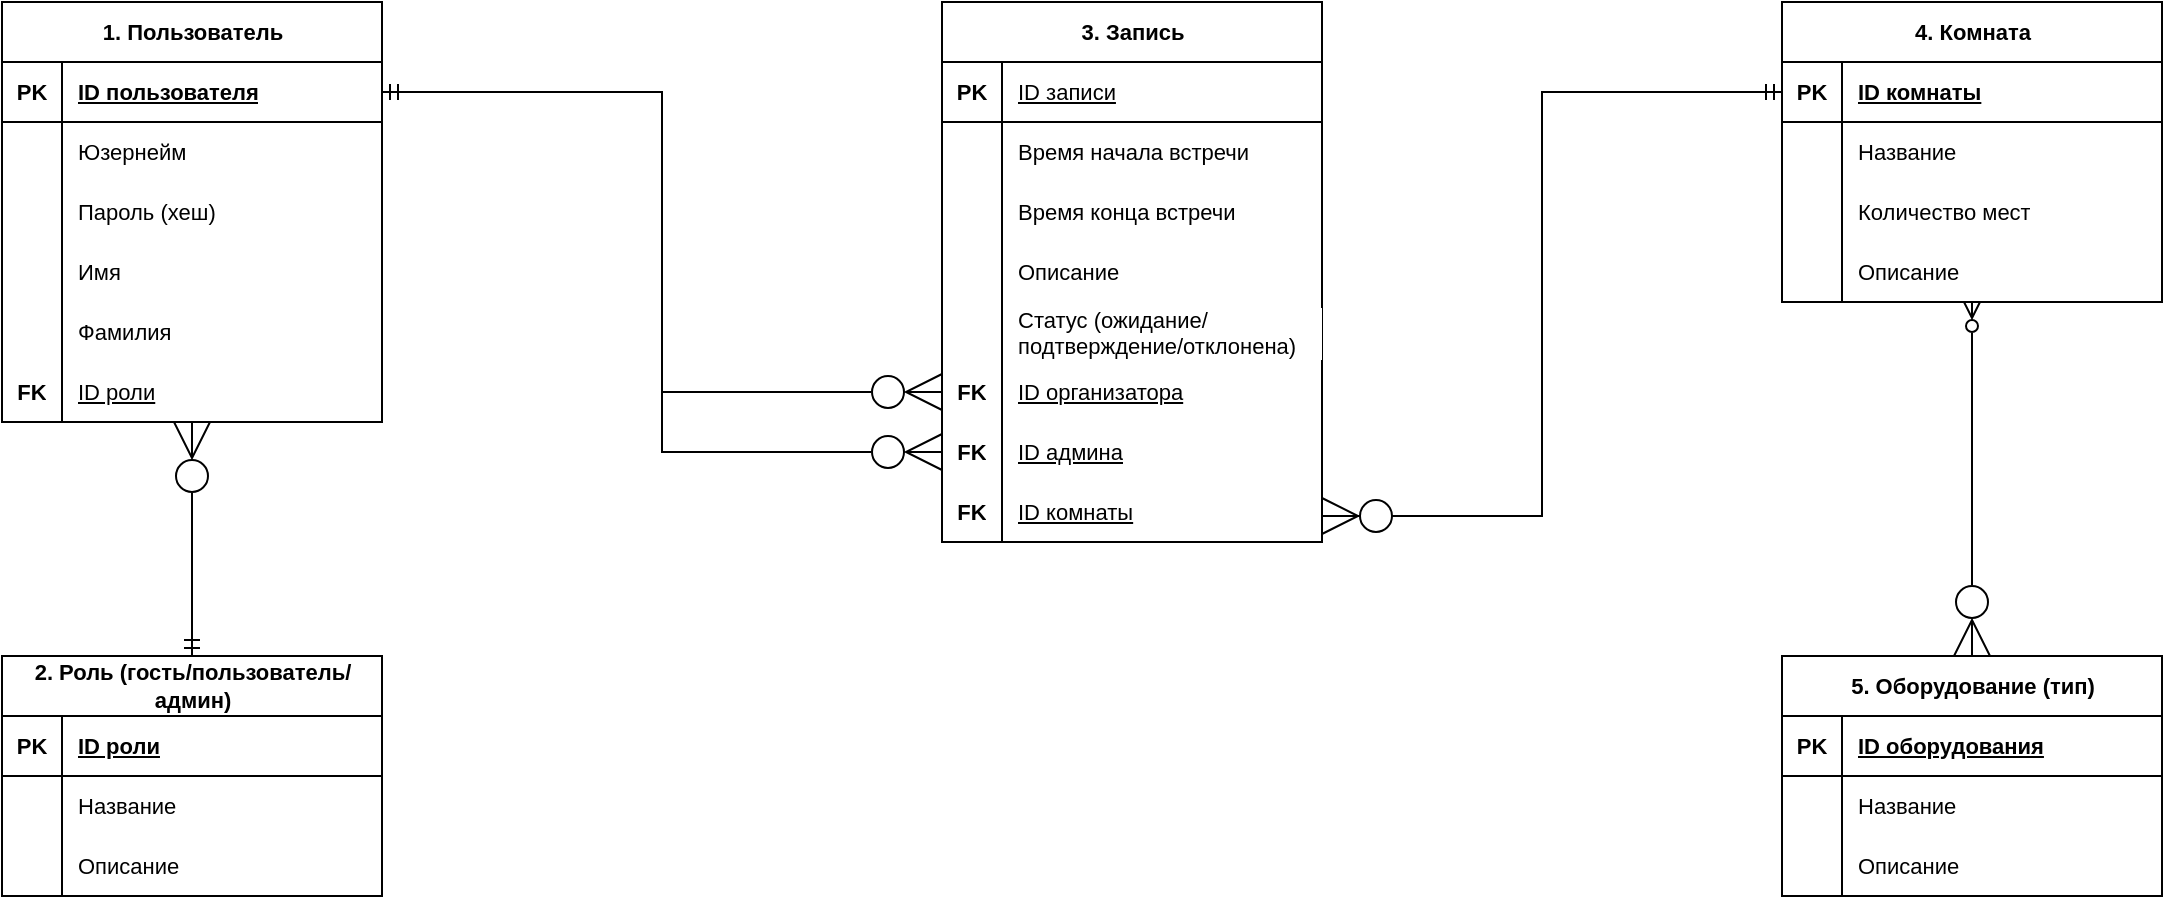
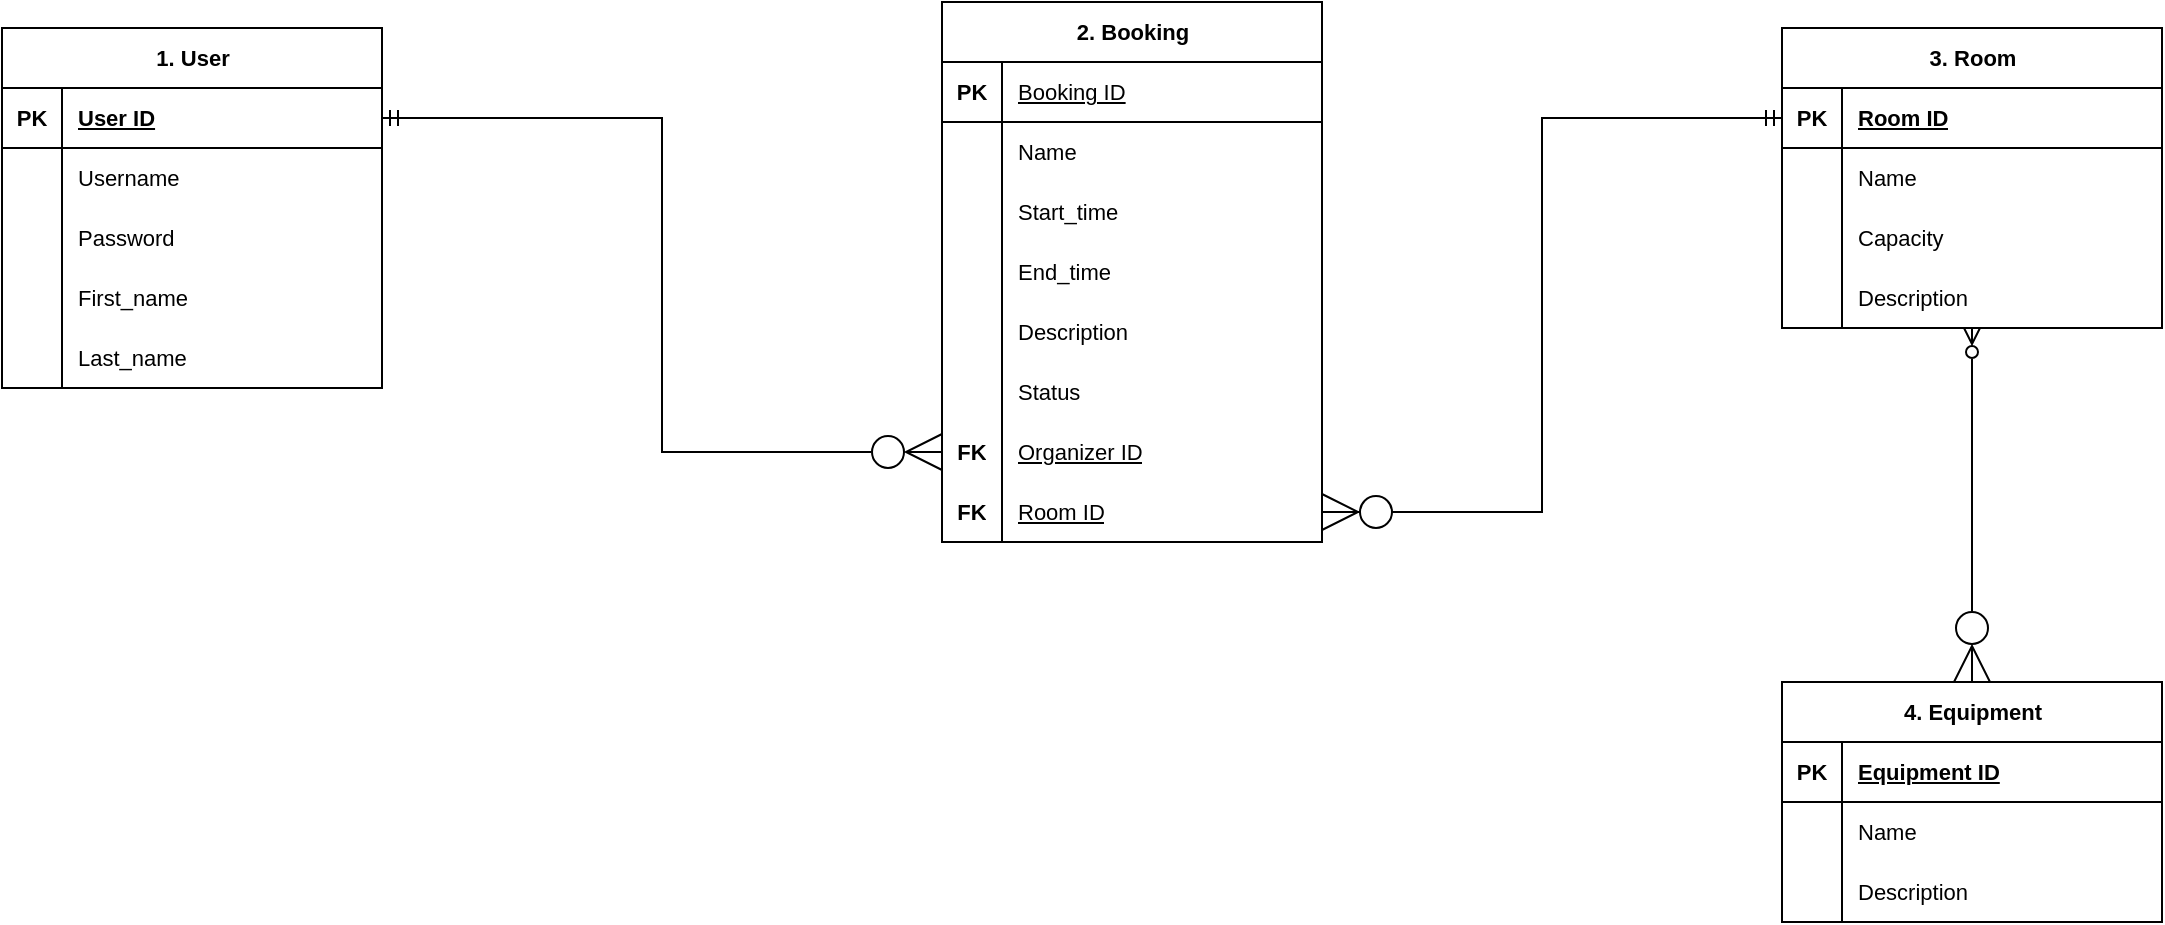
<mxfile host="Electron" agent="Mozilla/5.0 (Windows NT 10.0; WOW64) AppleWebKit/537.36 (KHTML, like Gecko) draw.io/29.3.6 Chrome/140.0.7339.249 Electron/38.8.0 Safari/537.36" version="29.3.6">
  <diagram id="JXOZ9Qvr3-NGmA6Rczk0" name="Страница-1">
-     <mxGraphModel dx="931" dy="1138" grid="1" gridSize="10" guides="1" tooltips="1" connect="1" arrows="1" fold="1" page="1" pageScale="1" pageWidth="827" pageHeight="1169" math="0" shadow="0">
+     <mxGraphModel dx="2562" dy="1268" grid="1" gridSize="10" guides="1" tooltips="1" connect="1" arrows="1" fold="1" page="1" pageScale="1" pageWidth="827" pageHeight="1169" math="0" shadow="0">
      <root>
        <mxCell id="0" />
        <mxCell id="1" parent="0" />
-         <mxCell id="tSVGk0uTwMlnZJo2oXfs-8" parent="1" style="shape=table;startSize=30;container=1;collapsible=1;childLayout=tableLayout;fixedRows=1;rowLines=0;fontStyle=1;align=center;resizeLast=1;html=1;fontFamily=Helvetica;fontSize=11;fontColor=default;labelBackgroundColor=default;" value="1. Пользователь" vertex="1">
-           <mxGeometry height="210" width="190" x="200" y="383" as="geometry" />
+         <mxCell id="tSVGk0uTwMlnZJo2oXfs-8" parent="1" style="shape=table;startSize=30;container=1;collapsible=1;childLayout=tableLayout;fixedRows=1;rowLines=0;fontStyle=1;align=center;resizeLast=1;html=1;fontFamily=Helvetica;fontSize=11;fontColor=default;labelBackgroundColor=default;" value="1. User" vertex="1">
+           <mxGeometry height="180" width="190" x="200" y="383" as="geometry" />
        </mxCell>
        <mxCell id="tSVGk0uTwMlnZJo2oXfs-9" parent="tSVGk0uTwMlnZJo2oXfs-8" style="shape=tableRow;horizontal=0;startSize=0;swimlaneHead=0;swimlaneBody=0;fillColor=none;collapsible=0;dropTarget=0;points=[[0,0.5],[1,0.5]];portConstraint=eastwest;top=0;left=0;right=0;bottom=1;fontFamily=Helvetica;fontSize=11;fontColor=default;labelBackgroundColor=default;" value="" vertex="1">
          <mxGeometry height="30" width="190" y="30" as="geometry" />
        </mxCell>
        <mxCell id="tSVGk0uTwMlnZJo2oXfs-10" parent="tSVGk0uTwMlnZJo2oXfs-9" style="shape=partialRectangle;connectable=0;fillColor=none;top=0;left=0;bottom=0;right=0;fontStyle=1;overflow=hidden;whiteSpace=wrap;html=1;fontFamily=Helvetica;fontSize=11;fontColor=default;labelBackgroundColor=default;" value="PK" vertex="1">
          <mxGeometry height="30" width="30" as="geometry">
            <mxRectangle height="30" width="30" as="alternateBounds" />
          </mxGeometry>
        </mxCell>
-         <mxCell id="tSVGk0uTwMlnZJo2oXfs-11" parent="tSVGk0uTwMlnZJo2oXfs-9" style="shape=partialRectangle;connectable=0;fillColor=none;top=0;left=0;bottom=0;right=0;align=left;spacingLeft=6;fontStyle=5;overflow=hidden;whiteSpace=wrap;html=1;fontFamily=Helvetica;fontSize=11;fontColor=default;labelBackgroundColor=default;" value="ID пользователя" vertex="1">
+         <mxCell id="tSVGk0uTwMlnZJo2oXfs-11" parent="tSVGk0uTwMlnZJo2oXfs-9" style="shape=partialRectangle;connectable=0;fillColor=none;top=0;left=0;bottom=0;right=0;align=left;spacingLeft=6;fontStyle=5;overflow=hidden;whiteSpace=wrap;html=1;fontFamily=Helvetica;fontSize=11;fontColor=default;labelBackgroundColor=default;" value="User ID" vertex="1">
          <mxGeometry height="30" width="160" x="30" as="geometry">
            <mxRectangle height="30" width="160" as="alternateBounds" />
          </mxGeometry>
        </mxCell>
        <mxCell id="tSVGk0uTwMlnZJo2oXfs-12" parent="tSVGk0uTwMlnZJo2oXfs-8" style="shape=tableRow;horizontal=0;startSize=0;swimlaneHead=0;swimlaneBody=0;fillColor=none;collapsible=0;dropTarget=0;points=[[0,0.5],[1,0.5]];portConstraint=eastwest;top=0;left=0;right=0;bottom=0;fontFamily=Helvetica;fontSize=11;fontColor=default;labelBackgroundColor=default;" value="" vertex="1">
          <mxGeometry height="30" width="190" y="60" as="geometry" />
        </mxCell>
        <mxCell id="tSVGk0uTwMlnZJo2oXfs-13" parent="tSVGk0uTwMlnZJo2oXfs-12" style="shape=partialRectangle;connectable=0;fillColor=none;top=0;left=0;bottom=0;right=0;editable=1;overflow=hidden;whiteSpace=wrap;html=1;fontFamily=Helvetica;fontSize=11;fontColor=default;labelBackgroundColor=default;" value="" vertex="1">
          <mxGeometry height="30" width="30" as="geometry">
            <mxRectangle height="30" width="30" as="alternateBounds" />
          </mxGeometry>
        </mxCell>
-         <mxCell id="tSVGk0uTwMlnZJo2oXfs-14" parent="tSVGk0uTwMlnZJo2oXfs-12" style="shape=partialRectangle;connectable=0;fillColor=none;top=0;left=0;bottom=0;right=0;align=left;spacingLeft=6;overflow=hidden;whiteSpace=wrap;html=1;fontFamily=Helvetica;fontSize=11;fontColor=default;labelBackgroundColor=default;" value="Юзернейм" vertex="1">
+         <mxCell id="tSVGk0uTwMlnZJo2oXfs-14" parent="tSVGk0uTwMlnZJo2oXfs-12" style="shape=partialRectangle;connectable=0;fillColor=none;top=0;left=0;bottom=0;right=0;align=left;spacingLeft=6;overflow=hidden;whiteSpace=wrap;html=1;fontFamily=Helvetica;fontSize=11;fontColor=default;labelBackgroundColor=default;" value="Username" vertex="1">
          <mxGeometry height="30" width="160" x="30" as="geometry">
            <mxRectangle height="30" width="160" as="alternateBounds" />
          </mxGeometry>
        </mxCell>
        <mxCell id="-yM4g64mI3OTrlsV4DbR-102" parent="tSVGk0uTwMlnZJo2oXfs-8" style="shape=tableRow;horizontal=0;startSize=0;swimlaneHead=0;swimlaneBody=0;fillColor=none;collapsible=0;dropTarget=0;points=[[0,0.5],[1,0.5]];portConstraint=eastwest;top=0;left=0;right=0;bottom=0;fontFamily=Helvetica;fontSize=11;fontColor=default;labelBackgroundColor=default;" value="" vertex="1">
          <mxGeometry height="30" width="190" y="90" as="geometry" />
        </mxCell>
        <mxCell id="-yM4g64mI3OTrlsV4DbR-103" parent="-yM4g64mI3OTrlsV4DbR-102" style="shape=partialRectangle;connectable=0;fillColor=none;top=0;left=0;bottom=0;right=0;editable=1;overflow=hidden;whiteSpace=wrap;html=1;fontFamily=Helvetica;fontSize=11;fontColor=default;labelBackgroundColor=default;" value="" vertex="1">
          <mxGeometry height="30" width="30" as="geometry">
            <mxRectangle height="30" width="30" as="alternateBounds" />
          </mxGeometry>
        </mxCell>
-         <mxCell id="-yM4g64mI3OTrlsV4DbR-104" parent="-yM4g64mI3OTrlsV4DbR-102" style="shape=partialRectangle;connectable=0;fillColor=none;top=0;left=0;bottom=0;right=0;align=left;spacingLeft=6;overflow=hidden;whiteSpace=wrap;html=1;fontFamily=Helvetica;fontSize=11;fontColor=default;labelBackgroundColor=default;" value="Пароль (хеш)" vertex="1">
+         <mxCell id="-yM4g64mI3OTrlsV4DbR-104" parent="-yM4g64mI3OTrlsV4DbR-102" style="shape=partialRectangle;connectable=0;fillColor=none;top=0;left=0;bottom=0;right=0;align=left;spacingLeft=6;overflow=hidden;whiteSpace=wrap;html=1;fontFamily=Helvetica;fontSize=11;fontColor=default;labelBackgroundColor=default;" value="Password" vertex="1">
          <mxGeometry height="30" width="160" x="30" as="geometry">
            <mxRectangle height="30" width="160" as="alternateBounds" />
          </mxGeometry>
        </mxCell>
        <mxCell id="tSVGk0uTwMlnZJo2oXfs-15" parent="tSVGk0uTwMlnZJo2oXfs-8" style="shape=tableRow;horizontal=0;startSize=0;swimlaneHead=0;swimlaneBody=0;fillColor=none;collapsible=0;dropTarget=0;points=[[0,0.5],[1,0.5]];portConstraint=eastwest;top=0;left=0;right=0;bottom=0;fontFamily=Helvetica;fontSize=11;fontColor=default;labelBackgroundColor=default;" value="" vertex="1">
          <mxGeometry height="30" width="190" y="120" as="geometry" />
        </mxCell>
        <mxCell id="tSVGk0uTwMlnZJo2oXfs-16" parent="tSVGk0uTwMlnZJo2oXfs-15" style="shape=partialRectangle;connectable=0;fillColor=none;top=0;left=0;bottom=0;right=0;editable=1;overflow=hidden;whiteSpace=wrap;html=1;fontFamily=Helvetica;fontSize=11;fontColor=default;labelBackgroundColor=default;" value="" vertex="1">
          <mxGeometry height="30" width="30" as="geometry">
            <mxRectangle height="30" width="30" as="alternateBounds" />
          </mxGeometry>
        </mxCell>
-         <mxCell id="tSVGk0uTwMlnZJo2oXfs-17" parent="tSVGk0uTwMlnZJo2oXfs-15" style="shape=partialRectangle;connectable=0;fillColor=none;top=0;left=0;bottom=0;right=0;align=left;spacingLeft=6;overflow=hidden;whiteSpace=wrap;html=1;fontFamily=Helvetica;fontSize=11;fontColor=default;labelBackgroundColor=default;" value="Имя" vertex="1">
+         <mxCell id="tSVGk0uTwMlnZJo2oXfs-17" parent="tSVGk0uTwMlnZJo2oXfs-15" style="shape=partialRectangle;connectable=0;fillColor=none;top=0;left=0;bottom=0;right=0;align=left;spacingLeft=6;overflow=hidden;whiteSpace=wrap;html=1;fontFamily=Helvetica;fontSize=11;fontColor=default;labelBackgroundColor=default;" value="First_name" vertex="1">
          <mxGeometry height="30" width="160" x="30" as="geometry">
            <mxRectangle height="30" width="160" as="alternateBounds" />
          </mxGeometry>
        </mxCell>
        <mxCell id="tSVGk0uTwMlnZJo2oXfs-18" parent="tSVGk0uTwMlnZJo2oXfs-8" style="shape=tableRow;horizontal=0;startSize=0;swimlaneHead=0;swimlaneBody=0;fillColor=none;collapsible=0;dropTarget=0;points=[[0,0.5],[1,0.5]];portConstraint=eastwest;top=0;left=0;right=0;bottom=0;fontFamily=Helvetica;fontSize=11;fontColor=default;labelBackgroundColor=default;" value="" vertex="1">
          <mxGeometry height="30" width="190" y="150" as="geometry" />
        </mxCell>
        <mxCell id="tSVGk0uTwMlnZJo2oXfs-19" parent="tSVGk0uTwMlnZJo2oXfs-18" style="shape=partialRectangle;connectable=0;fillColor=none;top=0;left=0;bottom=0;right=0;editable=1;overflow=hidden;whiteSpace=wrap;html=1;fontFamily=Helvetica;fontSize=11;fontColor=default;labelBackgroundColor=default;" value="" vertex="1">
          <mxGeometry height="30" width="30" as="geometry">
            <mxRectangle height="30" width="30" as="alternateBounds" />
          </mxGeometry>
        </mxCell>
-         <mxCell id="tSVGk0uTwMlnZJo2oXfs-20" parent="tSVGk0uTwMlnZJo2oXfs-18" style="shape=partialRectangle;connectable=0;fillColor=none;top=0;left=0;bottom=0;right=0;align=left;spacingLeft=6;overflow=hidden;whiteSpace=wrap;html=1;fontFamily=Helvetica;fontSize=11;fontColor=default;labelBackgroundColor=default;" value="Фамилия" vertex="1">
-           <mxGeometry height="30" width="160" x="30" as="geometry">
-             <mxRectangle height="30" width="160" as="alternateBounds" />
-           </mxGeometry>
-         </mxCell>
-         <mxCell id="-yM4g64mI3OTrlsV4DbR-216" parent="tSVGk0uTwMlnZJo2oXfs-8" style="shape=tableRow;horizontal=0;startSize=0;swimlaneHead=0;swimlaneBody=0;fillColor=none;collapsible=0;dropTarget=0;points=[[0,0.5],[1,0.5]];portConstraint=eastwest;top=0;left=0;right=0;bottom=0;fontFamily=Helvetica;fontSize=11;fontColor=default;labelBackgroundColor=default;" value="" vertex="1">
-           <mxGeometry height="30" width="190" y="180" as="geometry" />
-         </mxCell>
-         <mxCell id="-yM4g64mI3OTrlsV4DbR-217" parent="-yM4g64mI3OTrlsV4DbR-216" style="shape=partialRectangle;connectable=0;fillColor=none;top=0;left=0;bottom=0;right=0;editable=1;overflow=hidden;whiteSpace=wrap;html=1;fontFamily=Helvetica;fontSize=11;fontColor=default;labelBackgroundColor=default;" value="&lt;b&gt;FK&lt;/b&gt;" vertex="1">
-           <mxGeometry height="30" width="30" as="geometry">
-             <mxRectangle height="30" width="30" as="alternateBounds" />
-           </mxGeometry>
-         </mxCell>
-         <mxCell id="-yM4g64mI3OTrlsV4DbR-218" parent="-yM4g64mI3OTrlsV4DbR-216" style="shape=partialRectangle;connectable=0;fillColor=none;top=0;left=0;bottom=0;right=0;align=left;spacingLeft=6;overflow=hidden;whiteSpace=wrap;html=1;fontFamily=Helvetica;fontSize=11;fontColor=default;labelBackgroundColor=default;" value="&lt;u&gt;ID роли&lt;/u&gt;" vertex="1">
-           <mxGeometry height="30" width="160" x="30" as="geometry">
-             <mxRectangle height="30" width="160" as="alternateBounds" />
-           </mxGeometry>
-         </mxCell>
-         <mxCell id="-yM4g64mI3OTrlsV4DbR-21" parent="1" style="shape=table;startSize=30;container=1;collapsible=1;childLayout=tableLayout;fixedRows=1;rowLines=0;fontStyle=1;align=center;resizeLast=1;html=1;fontFamily=Helvetica;fontSize=11;fontColor=default;labelBackgroundColor=default;horizontal=1;top=1;bottom=1;left=1;columnLines=1;right=1;" value="3. Запись" vertex="1">
-           <mxGeometry height="270" width="190" x="670" y="383" as="geometry" />
+         <mxCell id="tSVGk0uTwMlnZJo2oXfs-20" parent="tSVGk0uTwMlnZJo2oXfs-18" style="shape=partialRectangle;connectable=0;fillColor=none;top=0;left=0;bottom=0;right=0;align=left;spacingLeft=6;overflow=hidden;whiteSpace=wrap;html=1;fontFamily=Helvetica;fontSize=11;fontColor=default;labelBackgroundColor=default;" value="Last_name" vertex="1">
+           <mxGeometry height="30" width="160" x="30" as="geometry">
+             <mxRectangle height="30" width="160" as="alternateBounds" />
+           </mxGeometry>
+         </mxCell>
+         <mxCell id="-yM4g64mI3OTrlsV4DbR-21" parent="1" style="shape=table;startSize=30;container=1;collapsible=1;childLayout=tableLayout;fixedRows=1;rowLines=0;fontStyle=1;align=center;resizeLast=1;html=1;fontFamily=Helvetica;fontSize=11;fontColor=default;labelBackgroundColor=default;horizontal=1;top=1;bottom=1;left=1;columnLines=1;right=1;" value="2. Booking" vertex="1">
+           <mxGeometry height="270" width="190" x="670" y="370" as="geometry" />
        </mxCell>
        <mxCell id="-yM4g64mI3OTrlsV4DbR-22" parent="-yM4g64mI3OTrlsV4DbR-21" style="shape=tableRow;horizontal=0;startSize=0;swimlaneHead=0;swimlaneBody=0;fillColor=none;collapsible=0;dropTarget=0;points=[[0,0.5],[1,0.5]];portConstraint=eastwest;top=0;left=0;right=0;bottom=1;fontFamily=Helvetica;fontSize=11;fontColor=default;labelBackgroundColor=default;strokeColor=inherit;" value="" vertex="1">
          <mxGeometry height="30" width="190" y="30" as="geometry" />
        </mxCell>
        <mxCell id="-yM4g64mI3OTrlsV4DbR-23" parent="-yM4g64mI3OTrlsV4DbR-22" style="shape=partialRectangle;connectable=0;fillColor=none;top=0;left=0;bottom=0;right=0;fontStyle=1;overflow=hidden;whiteSpace=wrap;html=1;fontFamily=Helvetica;fontSize=11;fontColor=default;labelBackgroundColor=default;" value="PK" vertex="1">
          <mxGeometry height="30" width="30" as="geometry">
            <mxRectangle height="30" width="30" as="alternateBounds" />
          </mxGeometry>
        </mxCell>
-         <mxCell id="-yM4g64mI3OTrlsV4DbR-24" parent="-yM4g64mI3OTrlsV4DbR-22" style="shape=partialRectangle;connectable=0;fillColor=none;top=0;left=0;bottom=0;right=0;align=left;spacingLeft=6;fontStyle=5;overflow=hidden;whiteSpace=wrap;html=1;fontFamily=Helvetica;fontSize=11;fontColor=default;labelBackgroundColor=default;" value="&lt;span style=&quot;font-weight: normal;&quot;&gt;ID записи&lt;/span&gt;" vertex="1">
+         <mxCell id="-yM4g64mI3OTrlsV4DbR-24" parent="-yM4g64mI3OTrlsV4DbR-22" style="shape=partialRectangle;connectable=0;fillColor=none;top=0;left=0;bottom=0;right=0;align=left;spacingLeft=6;fontStyle=5;overflow=hidden;whiteSpace=wrap;html=1;fontFamily=Helvetica;fontSize=11;fontColor=default;labelBackgroundColor=default;" value="&lt;span style=&quot;font-weight: 400;&quot;&gt;Booking ID&lt;/span&gt;" vertex="1">
          <mxGeometry height="30" width="160" x="30" as="geometry">
            <mxRectangle height="30" width="160" as="alternateBounds" />
          </mxGeometry>
        </mxCell>
        <mxCell id="-yM4g64mI3OTrlsV4DbR-25" parent="-yM4g64mI3OTrlsV4DbR-21" style="shape=tableRow;horizontal=0;startSize=0;swimlaneHead=0;swimlaneBody=0;fillColor=none;collapsible=0;dropTarget=0;points=[[0,0.5],[1,0.5]];portConstraint=eastwest;top=0;left=0;right=0;bottom=0;fontFamily=Helvetica;fontSize=11;fontColor=default;labelBackgroundColor=default;" value="" vertex="1">
          <mxGeometry height="30" width="190" y="60" as="geometry" />
        </mxCell>
        <mxCell id="-yM4g64mI3OTrlsV4DbR-26" parent="-yM4g64mI3OTrlsV4DbR-25" style="shape=partialRectangle;connectable=0;fillColor=none;top=0;left=0;bottom=0;right=0;editable=1;overflow=hidden;whiteSpace=wrap;html=1;fontFamily=Helvetica;fontSize=11;fontColor=default;labelBackgroundColor=default;" value="" vertex="1">
          <mxGeometry height="30" width="30" as="geometry">
            <mxRectangle height="30" width="30" as="alternateBounds" />
          </mxGeometry>
        </mxCell>
-         <mxCell id="-yM4g64mI3OTrlsV4DbR-27" parent="-yM4g64mI3OTrlsV4DbR-25" style="shape=partialRectangle;connectable=0;fillColor=none;top=0;left=0;bottom=0;right=0;align=left;spacingLeft=6;overflow=hidden;whiteSpace=wrap;html=1;fontFamily=Helvetica;fontSize=11;fontColor=default;labelBackgroundColor=default;" value="Время начала встречи" vertex="1">
+         <mxCell id="-yM4g64mI3OTrlsV4DbR-27" parent="-yM4g64mI3OTrlsV4DbR-25" style="shape=partialRectangle;connectable=0;fillColor=none;top=0;left=0;bottom=0;right=0;align=left;spacingLeft=6;overflow=hidden;whiteSpace=wrap;html=1;fontFamily=Helvetica;fontSize=11;fontColor=default;labelBackgroundColor=default;" value="Name" vertex="1">
          <mxGeometry height="30" width="160" x="30" as="geometry">
            <mxRectangle height="30" width="160" as="alternateBounds" />
          </mxGeometry>
        </mxCell>
        <mxCell id="-yM4g64mI3OTrlsV4DbR-28" parent="-yM4g64mI3OTrlsV4DbR-21" style="shape=tableRow;horizontal=0;startSize=0;swimlaneHead=0;swimlaneBody=0;fillColor=none;collapsible=0;dropTarget=0;points=[[0,0.5],[1,0.5]];portConstraint=eastwest;top=0;left=0;right=0;bottom=0;fontFamily=Helvetica;fontSize=11;fontColor=default;labelBackgroundColor=default;" value="" vertex="1">
          <mxGeometry height="30" width="190" y="90" as="geometry" />
        </mxCell>
        <mxCell id="-yM4g64mI3OTrlsV4DbR-29" parent="-yM4g64mI3OTrlsV4DbR-28" style="shape=partialRectangle;connectable=0;fillColor=none;top=0;left=0;bottom=0;right=0;editable=1;overflow=hidden;whiteSpace=wrap;html=1;fontFamily=Helvetica;fontSize=11;fontColor=default;labelBackgroundColor=default;" value="" vertex="1">
          <mxGeometry height="30" width="30" as="geometry">
            <mxRectangle height="30" width="30" as="alternateBounds" />
          </mxGeometry>
        </mxCell>
-         <mxCell id="-yM4g64mI3OTrlsV4DbR-30" parent="-yM4g64mI3OTrlsV4DbR-28" style="shape=partialRectangle;connectable=0;fillColor=none;top=0;left=0;bottom=0;right=0;align=left;spacingLeft=6;overflow=hidden;whiteSpace=wrap;html=1;fontFamily=Helvetica;fontSize=11;fontColor=default;labelBackgroundColor=default;" value="Время конца встречи" vertex="1">
+         <mxCell id="-yM4g64mI3OTrlsV4DbR-30" parent="-yM4g64mI3OTrlsV4DbR-28" style="shape=partialRectangle;connectable=0;fillColor=none;top=0;left=0;bottom=0;right=0;align=left;spacingLeft=6;overflow=hidden;whiteSpace=wrap;html=1;fontFamily=Helvetica;fontSize=11;fontColor=default;labelBackgroundColor=default;" value="Start_time" vertex="1">
          <mxGeometry height="30" width="160" x="30" as="geometry">
            <mxRectangle height="30" width="160" as="alternateBounds" />
          </mxGeometry>
        </mxCell>
        <mxCell id="-yM4g64mI3OTrlsV4DbR-31" parent="-yM4g64mI3OTrlsV4DbR-21" style="shape=tableRow;horizontal=0;startSize=0;swimlaneHead=0;swimlaneBody=0;fillColor=none;collapsible=0;dropTarget=0;points=[[0,0.5],[1,0.5]];portConstraint=eastwest;top=0;left=0;right=0;bottom=0;fontFamily=Helvetica;fontSize=11;fontColor=default;labelBackgroundColor=default;" value="" vertex="1">
          <mxGeometry height="30" width="190" y="120" as="geometry" />
        </mxCell>
        <mxCell id="-yM4g64mI3OTrlsV4DbR-32" parent="-yM4g64mI3OTrlsV4DbR-31" style="shape=partialRectangle;connectable=0;fillColor=none;top=0;left=0;bottom=0;right=0;editable=1;overflow=hidden;whiteSpace=wrap;html=1;fontFamily=Helvetica;fontSize=11;fontColor=default;labelBackgroundColor=default;" value="" vertex="1">
          <mxGeometry height="30" width="30" as="geometry">
            <mxRectangle height="30" width="30" as="alternateBounds" />
          </mxGeometry>
        </mxCell>
-         <mxCell id="-yM4g64mI3OTrlsV4DbR-33" parent="-yM4g64mI3OTrlsV4DbR-31" style="shape=partialRectangle;connectable=0;fillColor=none;top=0;left=0;bottom=0;right=0;align=left;spacingLeft=6;overflow=hidden;whiteSpace=wrap;html=1;fontFamily=Helvetica;fontSize=11;fontColor=default;labelBackgroundColor=default;" value="Описание" vertex="1">
+         <mxCell id="-yM4g64mI3OTrlsV4DbR-33" parent="-yM4g64mI3OTrlsV4DbR-31" style="shape=partialRectangle;connectable=0;fillColor=none;top=0;left=0;bottom=0;right=0;align=left;spacingLeft=6;overflow=hidden;whiteSpace=wrap;html=1;fontFamily=Helvetica;fontSize=11;fontColor=default;labelBackgroundColor=default;" value="End_time" vertex="1">
          <mxGeometry height="30" width="160" x="30" as="geometry">
            <mxRectangle height="30" width="160" as="alternateBounds" />
          </mxGeometry>
        </mxCell>
        <mxCell id="-yM4g64mI3OTrlsV4DbR-34" parent="-yM4g64mI3OTrlsV4DbR-21" style="shape=tableRow;horizontal=0;startSize=0;swimlaneHead=0;swimlaneBody=0;fillColor=none;collapsible=0;dropTarget=0;points=[[0,0.5],[1,0.5]];portConstraint=eastwest;top=0;left=0;right=0;bottom=0;fontFamily=Helvetica;fontSize=11;fontColor=default;labelBackgroundColor=default;" value="" vertex="1">
          <mxGeometry height="30" width="190" y="150" as="geometry" />
        </mxCell>
        <mxCell id="-yM4g64mI3OTrlsV4DbR-35" parent="-yM4g64mI3OTrlsV4DbR-34" style="shape=partialRectangle;connectable=0;fillColor=none;top=0;left=0;bottom=0;right=0;editable=1;overflow=hidden;whiteSpace=wrap;html=1;fontFamily=Helvetica;fontSize=11;fontColor=default;labelBackgroundColor=default;" value="" vertex="1">
          <mxGeometry height="30" width="30" as="geometry">
            <mxRectangle height="30" width="30" as="alternateBounds" />
          </mxGeometry>
        </mxCell>
-         <mxCell id="-yM4g64mI3OTrlsV4DbR-36" parent="-yM4g64mI3OTrlsV4DbR-34" style="shape=partialRectangle;connectable=0;fillColor=none;top=0;left=0;bottom=0;right=0;align=left;spacingLeft=6;overflow=hidden;whiteSpace=wrap;html=1;fontFamily=Helvetica;fontSize=11;fontColor=default;labelBackgroundColor=default;" value="Статус (ожидание/подтверждение/отклонена)" vertex="1">
+         <mxCell id="-yM4g64mI3OTrlsV4DbR-36" parent="-yM4g64mI3OTrlsV4DbR-34" style="shape=partialRectangle;connectable=0;fillColor=none;top=0;left=0;bottom=0;right=0;align=left;spacingLeft=6;overflow=hidden;whiteSpace=wrap;html=1;fontFamily=Helvetica;fontSize=11;fontColor=default;labelBackgroundColor=default;" value="Description" vertex="1">
+           <mxGeometry height="30" width="160" x="30" as="geometry">
+             <mxRectangle height="30" width="160" as="alternateBounds" />
+           </mxGeometry>
+         </mxCell>
+         <mxCell id="J5OJh-fEPM-a7AIdCjyl-1" parent="-yM4g64mI3OTrlsV4DbR-21" style="shape=tableRow;horizontal=0;startSize=0;swimlaneHead=0;swimlaneBody=0;fillColor=none;collapsible=0;dropTarget=0;points=[[0,0.5],[1,0.5]];portConstraint=eastwest;top=0;left=0;right=0;bottom=0;fontFamily=Helvetica;fontSize=11;fontColor=default;labelBackgroundColor=default;" value="" vertex="1">
+           <mxGeometry height="30" width="190" y="180" as="geometry" />
+         </mxCell>
+         <mxCell id="J5OJh-fEPM-a7AIdCjyl-2" parent="J5OJh-fEPM-a7AIdCjyl-1" style="shape=partialRectangle;connectable=0;fillColor=none;top=0;left=0;bottom=0;right=0;editable=1;overflow=hidden;whiteSpace=wrap;html=1;fontFamily=Helvetica;fontSize=11;fontColor=default;labelBackgroundColor=default;" value="" vertex="1">
+           <mxGeometry height="30" width="30" as="geometry">
+             <mxRectangle height="30" width="30" as="alternateBounds" />
+           </mxGeometry>
+         </mxCell>
+         <mxCell id="J5OJh-fEPM-a7AIdCjyl-3" parent="J5OJh-fEPM-a7AIdCjyl-1" style="shape=partialRectangle;connectable=0;fillColor=none;top=0;left=0;bottom=0;right=0;align=left;spacingLeft=6;overflow=hidden;whiteSpace=wrap;html=1;fontFamily=Helvetica;fontSize=11;fontColor=default;labelBackgroundColor=default;" value="Status" vertex="1">
          <mxGeometry height="30" width="160" x="30" as="geometry">
            <mxRectangle height="30" width="160" as="alternateBounds" />
          </mxGeometry>
        </mxCell>
        <mxCell id="-yM4g64mI3OTrlsV4DbR-37" parent="-yM4g64mI3OTrlsV4DbR-21" style="shape=tableRow;horizontal=0;startSize=0;swimlaneHead=0;swimlaneBody=0;fillColor=none;collapsible=0;dropTarget=0;points=[[0,0.5],[1,0.5]];portConstraint=eastwest;top=0;left=0;right=0;bottom=0;fontFamily=Helvetica;fontSize=11;fontColor=default;labelBackgroundColor=default;strokeColor=inherit;swimlaneLine=1;" value="" vertex="1">
-           <mxGeometry height="30" width="190" y="180" as="geometry" />
+           <mxGeometry height="30" width="190" y="210" as="geometry" />
        </mxCell>
        <mxCell id="-yM4g64mI3OTrlsV4DbR-38" parent="-yM4g64mI3OTrlsV4DbR-37" style="shape=partialRectangle;connectable=0;fillColor=none;top=0;left=0;bottom=0;right=0;editable=1;overflow=hidden;whiteSpace=wrap;html=1;fontFamily=Helvetica;fontSize=11;fontColor=default;labelBackgroundColor=default;" value="&lt;b&gt;FK&lt;/b&gt;" vertex="1">
          <mxGeometry height="30" width="30" as="geometry">
            <mxRectangle height="30" width="30" as="alternateBounds" />
          </mxGeometry>
        </mxCell>
-         <mxCell id="-yM4g64mI3OTrlsV4DbR-39" parent="-yM4g64mI3OTrlsV4DbR-37" style="shape=partialRectangle;connectable=0;fillColor=none;top=0;left=0;bottom=0;right=0;align=left;spacingLeft=6;overflow=hidden;whiteSpace=wrap;html=1;fontFamily=Helvetica;fontSize=11;fontColor=default;labelBackgroundColor=default;" value="&lt;u&gt;ID организатора&lt;/u&gt;" vertex="1">
+         <mxCell id="-yM4g64mI3OTrlsV4DbR-39" parent="-yM4g64mI3OTrlsV4DbR-37" style="shape=partialRectangle;connectable=0;fillColor=none;top=0;left=0;bottom=0;right=0;align=left;spacingLeft=6;overflow=hidden;whiteSpace=wrap;html=1;fontFamily=Helvetica;fontSize=11;fontColor=default;labelBackgroundColor=default;" value="&lt;u&gt;Organizer ID&lt;/u&gt;" vertex="1">
          <mxGeometry height="30" width="160" x="30" as="geometry">
            <mxRectangle height="30" width="160" as="alternateBounds" />
          </mxGeometry>
        </mxCell>
        <mxCell id="-yM4g64mI3OTrlsV4DbR-186" parent="-yM4g64mI3OTrlsV4DbR-21" style="shape=tableRow;horizontal=0;startSize=0;swimlaneHead=0;swimlaneBody=0;fillColor=none;collapsible=0;dropTarget=0;points=[[0,0.5],[1,0.5]];portConstraint=eastwest;top=0;left=0;right=0;bottom=0;fontFamily=Helvetica;fontSize=11;fontColor=default;labelBackgroundColor=default;strokeColor=inherit;swimlaneLine=1;" value="" vertex="1">
-           <mxGeometry height="30" width="190" y="210" as="geometry" />
+           <mxGeometry height="30" width="190" y="240" as="geometry" />
        </mxCell>
        <mxCell id="-yM4g64mI3OTrlsV4DbR-187" parent="-yM4g64mI3OTrlsV4DbR-186" style="shape=partialRectangle;connectable=0;fillColor=none;top=0;left=0;bottom=0;right=0;editable=1;overflow=hidden;whiteSpace=wrap;html=1;fontFamily=Helvetica;fontSize=11;fontColor=default;labelBackgroundColor=default;" value="&lt;b&gt;FK&lt;/b&gt;" vertex="1">
          <mxGeometry height="30" width="30" as="geometry">
            <mxRectangle height="30" width="30" as="alternateBounds" />
          </mxGeometry>
        </mxCell>
-         <mxCell id="-yM4g64mI3OTrlsV4DbR-188" parent="-yM4g64mI3OTrlsV4DbR-186" style="shape=partialRectangle;connectable=0;fillColor=none;top=0;left=0;bottom=0;right=0;align=left;spacingLeft=6;overflow=hidden;whiteSpace=wrap;html=1;fontFamily=Helvetica;fontSize=11;fontColor=default;labelBackgroundColor=default;" value="&lt;u&gt;ID админа&lt;/u&gt;" vertex="1">
-           <mxGeometry height="30" width="160" x="30" as="geometry">
-             <mxRectangle height="30" width="160" as="alternateBounds" />
-           </mxGeometry>
-         </mxCell>
-         <mxCell id="-yM4g64mI3OTrlsV4DbR-40" parent="-yM4g64mI3OTrlsV4DbR-21" style="shape=tableRow;horizontal=0;startSize=0;swimlaneHead=0;swimlaneBody=0;fillColor=none;collapsible=0;dropTarget=0;points=[[0,0.5],[1,0.5]];portConstraint=eastwest;top=0;left=0;right=0;bottom=0;fontFamily=Helvetica;fontSize=11;fontColor=default;labelBackgroundColor=default;" value="" vertex="1">
-           <mxGeometry height="30" width="190" y="240" as="geometry" />
-         </mxCell>
-         <mxCell id="-yM4g64mI3OTrlsV4DbR-41" parent="-yM4g64mI3OTrlsV4DbR-40" style="shape=partialRectangle;connectable=0;fillColor=none;top=0;left=0;bottom=0;right=0;editable=1;overflow=hidden;whiteSpace=wrap;html=1;fontFamily=Helvetica;fontSize=11;fontColor=default;labelBackgroundColor=default;" value="&lt;b&gt;FK&lt;/b&gt;" vertex="1">
-           <mxGeometry height="30" width="30" as="geometry">
-             <mxRectangle height="30" width="30" as="alternateBounds" />
-           </mxGeometry>
-         </mxCell>
-         <mxCell id="-yM4g64mI3OTrlsV4DbR-42" parent="-yM4g64mI3OTrlsV4DbR-40" style="shape=partialRectangle;connectable=0;fillColor=none;top=0;left=0;bottom=0;right=0;align=left;spacingLeft=6;overflow=hidden;whiteSpace=wrap;html=1;fontFamily=Helvetica;fontSize=11;fontColor=default;labelBackgroundColor=default;" value="&lt;u&gt;ID комнаты&lt;/u&gt;" vertex="1">
-           <mxGeometry height="30" width="160" x="30" as="geometry">
-             <mxRectangle height="30" width="160" as="alternateBounds" />
-           </mxGeometry>
-         </mxCell>
-         <mxCell id="-yM4g64mI3OTrlsV4DbR-81" parent="1" style="shape=table;startSize=30;container=1;collapsible=1;childLayout=tableLayout;fixedRows=1;rowLines=0;fontStyle=1;align=center;resizeLast=1;html=1;fontFamily=Helvetica;fontSize=11;fontColor=default;labelBackgroundColor=default;" value="4. Комната" vertex="1">
+         <mxCell id="-yM4g64mI3OTrlsV4DbR-188" parent="-yM4g64mI3OTrlsV4DbR-186" style="shape=partialRectangle;connectable=0;fillColor=none;top=0;left=0;bottom=0;right=0;align=left;spacingLeft=6;overflow=hidden;whiteSpace=wrap;html=1;fontFamily=Helvetica;fontSize=11;fontColor=default;labelBackgroundColor=default;" value="&lt;u&gt;Room ID&lt;/u&gt;" vertex="1">
+           <mxGeometry height="30" width="160" x="30" as="geometry">
+             <mxRectangle height="30" width="160" as="alternateBounds" />
+           </mxGeometry>
+         </mxCell>
+         <mxCell id="-yM4g64mI3OTrlsV4DbR-81" parent="1" style="shape=table;startSize=30;container=1;collapsible=1;childLayout=tableLayout;fixedRows=1;rowLines=0;fontStyle=1;align=center;resizeLast=1;html=1;fontFamily=Helvetica;fontSize=11;fontColor=default;labelBackgroundColor=default;" value="3. Room" vertex="1">
          <mxGeometry height="150" width="190" x="1090" y="383" as="geometry" />
        </mxCell>
        <mxCell id="-yM4g64mI3OTrlsV4DbR-82" parent="-yM4g64mI3OTrlsV4DbR-81" style="shape=tableRow;horizontal=0;startSize=0;swimlaneHead=0;swimlaneBody=0;fillColor=none;collapsible=0;dropTarget=0;points=[[0,0.5],[1,0.5]];portConstraint=eastwest;top=0;left=0;right=0;bottom=1;fontFamily=Helvetica;fontSize=11;fontColor=default;labelBackgroundColor=default;" value="" vertex="1">
          <mxGeometry height="30" width="190" y="30" as="geometry" />
        </mxCell>
        <mxCell id="-yM4g64mI3OTrlsV4DbR-83" parent="-yM4g64mI3OTrlsV4DbR-82" style="shape=partialRectangle;connectable=0;fillColor=none;top=0;left=0;bottom=0;right=0;fontStyle=1;overflow=hidden;whiteSpace=wrap;html=1;fontFamily=Helvetica;fontSize=11;fontColor=default;labelBackgroundColor=default;" value="PK" vertex="1">
          <mxGeometry height="30" width="30" as="geometry">
            <mxRectangle height="30" width="30" as="alternateBounds" />
          </mxGeometry>
        </mxCell>
-         <mxCell id="-yM4g64mI3OTrlsV4DbR-84" parent="-yM4g64mI3OTrlsV4DbR-82" style="shape=partialRectangle;connectable=0;fillColor=none;top=0;left=0;bottom=0;right=0;align=left;spacingLeft=6;fontStyle=5;overflow=hidden;whiteSpace=wrap;html=1;fontFamily=Helvetica;fontSize=11;fontColor=default;labelBackgroundColor=default;" value="ID комнаты" vertex="1">
+         <mxCell id="-yM4g64mI3OTrlsV4DbR-84" parent="-yM4g64mI3OTrlsV4DbR-82" style="shape=partialRectangle;connectable=0;fillColor=none;top=0;left=0;bottom=0;right=0;align=left;spacingLeft=6;fontStyle=5;overflow=hidden;whiteSpace=wrap;html=1;fontFamily=Helvetica;fontSize=11;fontColor=default;labelBackgroundColor=default;" value="Room ID" vertex="1">
          <mxGeometry height="30" width="160" x="30" as="geometry">
            <mxRectangle height="30" width="160" as="alternateBounds" />
          </mxGeometry>
        </mxCell>
        <mxCell id="-yM4g64mI3OTrlsV4DbR-85" parent="-yM4g64mI3OTrlsV4DbR-81" style="shape=tableRow;horizontal=0;startSize=0;swimlaneHead=0;swimlaneBody=0;fillColor=none;collapsible=0;dropTarget=0;points=[[0,0.5],[1,0.5]];portConstraint=eastwest;top=0;left=0;right=0;bottom=0;fontFamily=Helvetica;fontSize=11;fontColor=default;labelBackgroundColor=default;" value="" vertex="1">
          <mxGeometry height="30" width="190" y="60" as="geometry" />
        </mxCell>
        <mxCell id="-yM4g64mI3OTrlsV4DbR-86" parent="-yM4g64mI3OTrlsV4DbR-85" style="shape=partialRectangle;connectable=0;fillColor=none;top=0;left=0;bottom=0;right=0;editable=1;overflow=hidden;whiteSpace=wrap;html=1;fontFamily=Helvetica;fontSize=11;fontColor=default;labelBackgroundColor=default;" value="" vertex="1">
          <mxGeometry height="30" width="30" as="geometry">
            <mxRectangle height="30" width="30" as="alternateBounds" />
          </mxGeometry>
        </mxCell>
-         <mxCell id="-yM4g64mI3OTrlsV4DbR-87" parent="-yM4g64mI3OTrlsV4DbR-85" style="shape=partialRectangle;connectable=0;fillColor=none;top=0;left=0;bottom=0;right=0;align=left;spacingLeft=6;overflow=hidden;whiteSpace=wrap;html=1;fontFamily=Helvetica;fontSize=11;fontColor=default;labelBackgroundColor=default;" value="Название" vertex="1">
+         <mxCell id="-yM4g64mI3OTrlsV4DbR-87" parent="-yM4g64mI3OTrlsV4DbR-85" style="shape=partialRectangle;connectable=0;fillColor=none;top=0;left=0;bottom=0;right=0;align=left;spacingLeft=6;overflow=hidden;whiteSpace=wrap;html=1;fontFamily=Helvetica;fontSize=11;fontColor=default;labelBackgroundColor=default;" value="Name" vertex="1">
          <mxGeometry height="30" width="160" x="30" as="geometry">
            <mxRectangle height="30" width="160" as="alternateBounds" />
          </mxGeometry>
        </mxCell>
        <mxCell id="-yM4g64mI3OTrlsV4DbR-88" parent="-yM4g64mI3OTrlsV4DbR-81" style="shape=tableRow;horizontal=0;startSize=0;swimlaneHead=0;swimlaneBody=0;fillColor=none;collapsible=0;dropTarget=0;points=[[0,0.5],[1,0.5]];portConstraint=eastwest;top=0;left=0;right=0;bottom=0;fontFamily=Helvetica;fontSize=11;fontColor=default;labelBackgroundColor=default;" value="" vertex="1">
          <mxGeometry height="30" width="190" y="90" as="geometry" />
        </mxCell>
        <mxCell id="-yM4g64mI3OTrlsV4DbR-89" parent="-yM4g64mI3OTrlsV4DbR-88" style="shape=partialRectangle;connectable=0;fillColor=none;top=0;left=0;bottom=0;right=0;editable=1;overflow=hidden;whiteSpace=wrap;html=1;fontFamily=Helvetica;fontSize=11;fontColor=default;labelBackgroundColor=default;" value="" vertex="1">
          <mxGeometry height="30" width="30" as="geometry">
            <mxRectangle height="30" width="30" as="alternateBounds" />
          </mxGeometry>
        </mxCell>
-         <mxCell id="-yM4g64mI3OTrlsV4DbR-90" parent="-yM4g64mI3OTrlsV4DbR-88" style="shape=partialRectangle;connectable=0;fillColor=none;top=0;left=0;bottom=0;right=0;align=left;spacingLeft=6;overflow=hidden;whiteSpace=wrap;html=1;fontFamily=Helvetica;fontSize=11;fontColor=default;labelBackgroundColor=default;" value="Количество мест" vertex="1">
+         <mxCell id="-yM4g64mI3OTrlsV4DbR-90" parent="-yM4g64mI3OTrlsV4DbR-88" style="shape=partialRectangle;connectable=0;fillColor=none;top=0;left=0;bottom=0;right=0;align=left;spacingLeft=6;overflow=hidden;whiteSpace=wrap;html=1;fontFamily=Helvetica;fontSize=11;fontColor=default;labelBackgroundColor=default;" value="Capacity" vertex="1">
          <mxGeometry height="30" width="160" x="30" as="geometry">
            <mxRectangle height="30" width="160" as="alternateBounds" />
          </mxGeometry>
        </mxCell>
        <mxCell id="-yM4g64mI3OTrlsV4DbR-91" parent="-yM4g64mI3OTrlsV4DbR-81" style="shape=tableRow;horizontal=0;startSize=0;swimlaneHead=0;swimlaneBody=0;fillColor=none;collapsible=0;dropTarget=0;points=[[0,0.5],[1,0.5]];portConstraint=eastwest;top=0;left=0;right=0;bottom=0;fontFamily=Helvetica;fontSize=11;fontColor=default;labelBackgroundColor=default;" value="" vertex="1">
          <mxGeometry height="30" width="190" y="120" as="geometry" />
        </mxCell>
        <mxCell id="-yM4g64mI3OTrlsV4DbR-92" parent="-yM4g64mI3OTrlsV4DbR-91" style="shape=partialRectangle;connectable=0;fillColor=none;top=0;left=0;bottom=0;right=0;editable=1;overflow=hidden;whiteSpace=wrap;html=1;fontFamily=Helvetica;fontSize=11;fontColor=default;labelBackgroundColor=default;" value="" vertex="1">
          <mxGeometry height="30" width="30" as="geometry">
            <mxRectangle height="30" width="30" as="alternateBounds" />
          </mxGeometry>
        </mxCell>
-         <mxCell id="-yM4g64mI3OTrlsV4DbR-93" parent="-yM4g64mI3OTrlsV4DbR-91" style="shape=partialRectangle;connectable=0;fillColor=none;top=0;left=0;bottom=0;right=0;align=left;spacingLeft=6;overflow=hidden;whiteSpace=wrap;html=1;fontFamily=Helvetica;fontSize=11;fontColor=default;labelBackgroundColor=default;" value="Описание" vertex="1">
+         <mxCell id="-yM4g64mI3OTrlsV4DbR-93" parent="-yM4g64mI3OTrlsV4DbR-91" style="shape=partialRectangle;connectable=0;fillColor=none;top=0;left=0;bottom=0;right=0;align=left;spacingLeft=6;overflow=hidden;whiteSpace=wrap;html=1;fontFamily=Helvetica;fontSize=11;fontColor=default;labelBackgroundColor=default;" value="Description" vertex="1">
          <mxGeometry height="30" width="160" x="30" as="geometry">
            <mxRectangle height="30" width="160" as="alternateBounds" />
          </mxGeometry>
        </mxCell>
        <mxCell id="-yM4g64mI3OTrlsV4DbR-163" edge="1" parent="1" source="-yM4g64mI3OTrlsV4DbR-81" style="edgeStyle=orthogonalEdgeStyle;shape=connector;rounded=0;orthogonalLoop=1;jettySize=auto;html=1;strokeColor=default;align=center;verticalAlign=middle;fontFamily=Helvetica;fontSize=11;fontColor=default;labelBackgroundColor=default;endArrow=ERzeroToMany;endFill=0;endSize=16;startArrow=ERzeroToMany;startFill=0;" target="-yM4g64mI3OTrlsV4DbR-144">
          <mxGeometry relative="1" as="geometry" />
        </mxCell>
-         <mxCell id="-yM4g64mI3OTrlsV4DbR-144" parent="1" style="shape=table;startSize=30;container=1;collapsible=1;childLayout=tableLayout;fixedRows=1;rowLines=0;fontStyle=1;align=center;resizeLast=1;html=1;fontFamily=Helvetica;fontSize=11;fontColor=default;labelBackgroundColor=default;" value="5. Оборудование (тип)" vertex="1">
+         <mxCell id="-yM4g64mI3OTrlsV4DbR-144" parent="1" style="shape=table;startSize=30;container=1;collapsible=1;childLayout=tableLayout;fixedRows=1;rowLines=0;fontStyle=1;align=center;resizeLast=1;html=1;fontFamily=Helvetica;fontSize=11;fontColor=default;labelBackgroundColor=default;" value="4. Equipment" vertex="1">
          <mxGeometry height="120" width="190" x="1090" y="710" as="geometry" />
        </mxCell>
        <mxCell id="-yM4g64mI3OTrlsV4DbR-145" parent="-yM4g64mI3OTrlsV4DbR-144" style="shape=tableRow;horizontal=0;startSize=0;swimlaneHead=0;swimlaneBody=0;fillColor=none;collapsible=0;dropTarget=0;points=[[0,0.5],[1,0.5]];portConstraint=eastwest;top=0;left=0;right=0;bottom=1;fontFamily=Helvetica;fontSize=11;fontColor=default;labelBackgroundColor=default;" value="" vertex="1">
          <mxGeometry height="30" width="190" y="30" as="geometry" />
        </mxCell>
        <mxCell id="-yM4g64mI3OTrlsV4DbR-146" parent="-yM4g64mI3OTrlsV4DbR-145" style="shape=partialRectangle;connectable=0;fillColor=none;top=0;left=0;bottom=0;right=0;fontStyle=1;overflow=hidden;whiteSpace=wrap;html=1;fontFamily=Helvetica;fontSize=11;fontColor=default;labelBackgroundColor=default;" value="PK" vertex="1">
          <mxGeometry height="30" width="30" as="geometry">
            <mxRectangle height="30" width="30" as="alternateBounds" />
          </mxGeometry>
        </mxCell>
-         <mxCell id="-yM4g64mI3OTrlsV4DbR-147" parent="-yM4g64mI3OTrlsV4DbR-145" style="shape=partialRectangle;connectable=0;fillColor=none;top=0;left=0;bottom=0;right=0;align=left;spacingLeft=6;fontStyle=5;overflow=hidden;whiteSpace=wrap;html=1;fontFamily=Helvetica;fontSize=11;fontColor=default;labelBackgroundColor=default;" value="ID оборудования" vertex="1">
+         <mxCell id="-yM4g64mI3OTrlsV4DbR-147" parent="-yM4g64mI3OTrlsV4DbR-145" style="shape=partialRectangle;connectable=0;fillColor=none;top=0;left=0;bottom=0;right=0;align=left;spacingLeft=6;fontStyle=5;overflow=hidden;whiteSpace=wrap;html=1;fontFamily=Helvetica;fontSize=11;fontColor=default;labelBackgroundColor=default;" value="Equipment ID" vertex="1">
          <mxGeometry height="30" width="160" x="30" as="geometry">
            <mxRectangle height="30" width="160" as="alternateBounds" />
          </mxGeometry>
        </mxCell>
        <mxCell id="-yM4g64mI3OTrlsV4DbR-148" parent="-yM4g64mI3OTrlsV4DbR-144" style="shape=tableRow;horizontal=0;startSize=0;swimlaneHead=0;swimlaneBody=0;fillColor=none;collapsible=0;dropTarget=0;points=[[0,0.5],[1,0.5]];portConstraint=eastwest;top=0;left=0;right=0;bottom=0;fontFamily=Helvetica;fontSize=11;fontColor=default;labelBackgroundColor=default;" value="" vertex="1">
          <mxGeometry height="30" width="190" y="60" as="geometry" />
        </mxCell>
        <mxCell id="-yM4g64mI3OTrlsV4DbR-149" parent="-yM4g64mI3OTrlsV4DbR-148" style="shape=partialRectangle;connectable=0;fillColor=none;top=0;left=0;bottom=0;right=0;editable=1;overflow=hidden;whiteSpace=wrap;html=1;fontFamily=Helvetica;fontSize=11;fontColor=default;labelBackgroundColor=default;" value="" vertex="1">
          <mxGeometry height="30" width="30" as="geometry">
            <mxRectangle height="30" width="30" as="alternateBounds" />
          </mxGeometry>
        </mxCell>
-         <mxCell id="-yM4g64mI3OTrlsV4DbR-150" parent="-yM4g64mI3OTrlsV4DbR-148" style="shape=partialRectangle;connectable=0;fillColor=none;top=0;left=0;bottom=0;right=0;align=left;spacingLeft=6;overflow=hidden;whiteSpace=wrap;html=1;fontFamily=Helvetica;fontSize=11;fontColor=default;labelBackgroundColor=default;" value="Название" vertex="1">
+         <mxCell id="-yM4g64mI3OTrlsV4DbR-150" parent="-yM4g64mI3OTrlsV4DbR-148" style="shape=partialRectangle;connectable=0;fillColor=none;top=0;left=0;bottom=0;right=0;align=left;spacingLeft=6;overflow=hidden;whiteSpace=wrap;html=1;fontFamily=Helvetica;fontSize=11;fontColor=default;labelBackgroundColor=default;" value="Name" vertex="1">
          <mxGeometry height="30" width="160" x="30" as="geometry">
            <mxRectangle height="30" width="160" as="alternateBounds" />
          </mxGeometry>
        </mxCell>
        <mxCell id="-yM4g64mI3OTrlsV4DbR-160" parent="-yM4g64mI3OTrlsV4DbR-144" style="shape=tableRow;horizontal=0;startSize=0;swimlaneHead=0;swimlaneBody=0;fillColor=none;collapsible=0;dropTarget=0;points=[[0,0.5],[1,0.5]];portConstraint=eastwest;top=0;left=0;right=0;bottom=0;fontFamily=Helvetica;fontSize=11;fontColor=default;labelBackgroundColor=default;" value="" vertex="1">
          <mxGeometry height="30" width="190" y="90" as="geometry" />
        </mxCell>
        <mxCell id="-yM4g64mI3OTrlsV4DbR-161" parent="-yM4g64mI3OTrlsV4DbR-160" style="shape=partialRectangle;connectable=0;fillColor=none;top=0;left=0;bottom=0;right=0;editable=1;overflow=hidden;whiteSpace=wrap;html=1;fontFamily=Helvetica;fontSize=11;fontColor=default;labelBackgroundColor=default;" value="" vertex="1">
          <mxGeometry height="30" width="30" as="geometry">
            <mxRectangle height="30" width="30" as="alternateBounds" />
          </mxGeometry>
        </mxCell>
-         <mxCell id="-yM4g64mI3OTrlsV4DbR-162" parent="-yM4g64mI3OTrlsV4DbR-160" style="shape=partialRectangle;connectable=0;fillColor=none;top=0;left=0;bottom=0;right=0;align=left;spacingLeft=6;overflow=hidden;whiteSpace=wrap;html=1;fontFamily=Helvetica;fontSize=11;fontColor=default;labelBackgroundColor=default;" value="Описание" vertex="1">
-           <mxGeometry height="30" width="160" x="30" as="geometry">
-             <mxRectangle height="30" width="160" as="alternateBounds" />
-           </mxGeometry>
-         </mxCell>
-         <mxCell id="-yM4g64mI3OTrlsV4DbR-208" edge="1" parent="1" source="-yM4g64mI3OTrlsV4DbR-192" style="edgeStyle=orthogonalEdgeStyle;shape=connector;rounded=0;orthogonalLoop=1;jettySize=auto;html=1;strokeColor=default;align=center;verticalAlign=middle;fontFamily=Helvetica;fontSize=12;fontColor=default;labelBackgroundColor=default;endArrow=ERzeroToMany;endFill=0;endSize=16;startArrow=ERmandOne;" target="tSVGk0uTwMlnZJo2oXfs-8">
-           <mxGeometry relative="1" as="geometry" />
-         </mxCell>
-         <mxCell id="-yM4g64mI3OTrlsV4DbR-192" parent="1" style="shape=table;startSize=30;container=1;collapsible=1;childLayout=tableLayout;fixedRows=1;rowLines=0;fontStyle=1;align=center;resizeLast=1;html=1;fontFamily=Helvetica;fontSize=11;fontColor=default;labelBackgroundColor=default;" value="2. Роль (гость/пользователь&lt;span style=&quot;background-color: light-dark(#ffffff, var(--ge-dark-color, #121212)); color: light-dark(rgb(0, 0, 0), rgb(255, 255, 255));&quot;&gt;/&lt;/span&gt;&lt;div&gt;&lt;span style=&quot;background-color: light-dark(#ffffff, var(--ge-dark-color, #121212)); color: light-dark(rgb(0, 0, 0), rgb(255, 255, 255));&quot;&gt;админ)&lt;/span&gt;&lt;/div&gt;" vertex="1">
-           <mxGeometry height="120" width="190" x="200" y="710" as="geometry" />
-         </mxCell>
-         <mxCell id="-yM4g64mI3OTrlsV4DbR-193" parent="-yM4g64mI3OTrlsV4DbR-192" style="shape=tableRow;horizontal=0;startSize=0;swimlaneHead=0;swimlaneBody=0;fillColor=none;collapsible=0;dropTarget=0;points=[[0,0.5],[1,0.5]];portConstraint=eastwest;top=0;left=0;right=0;bottom=1;fontFamily=Helvetica;fontSize=11;fontColor=default;labelBackgroundColor=default;" value="" vertex="1">
-           <mxGeometry height="30" width="190" y="30" as="geometry" />
-         </mxCell>
-         <mxCell id="-yM4g64mI3OTrlsV4DbR-194" parent="-yM4g64mI3OTrlsV4DbR-193" style="shape=partialRectangle;connectable=0;fillColor=none;top=0;left=0;bottom=0;right=0;fontStyle=1;overflow=hidden;whiteSpace=wrap;html=1;fontFamily=Helvetica;fontSize=11;fontColor=default;labelBackgroundColor=default;" value="PK" vertex="1">
-           <mxGeometry height="30" width="30" as="geometry">
-             <mxRectangle height="30" width="30" as="alternateBounds" />
-           </mxGeometry>
-         </mxCell>
-         <mxCell id="-yM4g64mI3OTrlsV4DbR-195" parent="-yM4g64mI3OTrlsV4DbR-193" style="shape=partialRectangle;connectable=0;fillColor=none;top=0;left=0;bottom=0;right=0;align=left;spacingLeft=6;fontStyle=5;overflow=hidden;whiteSpace=wrap;html=1;fontFamily=Helvetica;fontSize=11;fontColor=default;labelBackgroundColor=default;" value="ID роли" vertex="1">
-           <mxGeometry height="30" width="160" x="30" as="geometry">
-             <mxRectangle height="30" width="160" as="alternateBounds" />
-           </mxGeometry>
-         </mxCell>
-         <mxCell id="-yM4g64mI3OTrlsV4DbR-196" parent="-yM4g64mI3OTrlsV4DbR-192" style="shape=tableRow;horizontal=0;startSize=0;swimlaneHead=0;swimlaneBody=0;fillColor=none;collapsible=0;dropTarget=0;points=[[0,0.5],[1,0.5]];portConstraint=eastwest;top=0;left=0;right=0;bottom=0;fontFamily=Helvetica;fontSize=11;fontColor=default;labelBackgroundColor=default;" value="" vertex="1">
-           <mxGeometry height="30" width="190" y="60" as="geometry" />
-         </mxCell>
-         <mxCell id="-yM4g64mI3OTrlsV4DbR-197" parent="-yM4g64mI3OTrlsV4DbR-196" style="shape=partialRectangle;connectable=0;fillColor=none;top=0;left=0;bottom=0;right=0;editable=1;overflow=hidden;whiteSpace=wrap;html=1;fontFamily=Helvetica;fontSize=11;fontColor=default;labelBackgroundColor=default;" value="" vertex="1">
-           <mxGeometry height="30" width="30" as="geometry">
-             <mxRectangle height="30" width="30" as="alternateBounds" />
-           </mxGeometry>
-         </mxCell>
-         <mxCell id="-yM4g64mI3OTrlsV4DbR-198" parent="-yM4g64mI3OTrlsV4DbR-196" style="shape=partialRectangle;connectable=0;fillColor=none;top=0;left=0;bottom=0;right=0;align=left;spacingLeft=6;overflow=hidden;whiteSpace=wrap;html=1;fontFamily=Helvetica;fontSize=11;fontColor=default;labelBackgroundColor=default;" value="Название" vertex="1">
-           <mxGeometry height="30" width="160" x="30" as="geometry">
-             <mxRectangle height="30" width="160" as="alternateBounds" />
-           </mxGeometry>
-         </mxCell>
-         <mxCell id="-yM4g64mI3OTrlsV4DbR-199" parent="-yM4g64mI3OTrlsV4DbR-192" style="shape=tableRow;horizontal=0;startSize=0;swimlaneHead=0;swimlaneBody=0;fillColor=none;collapsible=0;dropTarget=0;points=[[0,0.5],[1,0.5]];portConstraint=eastwest;top=0;left=0;right=0;bottom=0;fontFamily=Helvetica;fontSize=11;fontColor=default;labelBackgroundColor=default;" value="" vertex="1">
-           <mxGeometry height="30" width="190" y="90" as="geometry" />
-         </mxCell>
-         <mxCell id="-yM4g64mI3OTrlsV4DbR-200" parent="-yM4g64mI3OTrlsV4DbR-199" style="shape=partialRectangle;connectable=0;fillColor=none;top=0;left=0;bottom=0;right=0;editable=1;overflow=hidden;whiteSpace=wrap;html=1;fontFamily=Helvetica;fontSize=11;fontColor=default;labelBackgroundColor=default;" value="" vertex="1">
-           <mxGeometry height="30" width="30" as="geometry">
-             <mxRectangle height="30" width="30" as="alternateBounds" />
-           </mxGeometry>
-         </mxCell>
-         <mxCell id="-yM4g64mI3OTrlsV4DbR-201" parent="-yM4g64mI3OTrlsV4DbR-199" style="shape=partialRectangle;connectable=0;fillColor=none;top=0;left=0;bottom=0;right=0;align=left;spacingLeft=6;overflow=hidden;whiteSpace=wrap;html=1;fontFamily=Helvetica;fontSize=11;fontColor=default;labelBackgroundColor=default;" value="Описание" vertex="1">
+         <mxCell id="-yM4g64mI3OTrlsV4DbR-162" parent="-yM4g64mI3OTrlsV4DbR-160" style="shape=partialRectangle;connectable=0;fillColor=none;top=0;left=0;bottom=0;right=0;align=left;spacingLeft=6;overflow=hidden;whiteSpace=wrap;html=1;fontFamily=Helvetica;fontSize=11;fontColor=default;labelBackgroundColor=default;" value="Description" vertex="1">
          <mxGeometry height="30" width="160" x="30" as="geometry">
            <mxRectangle height="30" width="160" as="alternateBounds" />
          </mxGeometry>
        </mxCell>
        <mxCell id="-yM4g64mI3OTrlsV4DbR-212" edge="1" parent="1" source="tSVGk0uTwMlnZJo2oXfs-9" style="edgeStyle=orthogonalEdgeStyle;shape=connector;rounded=0;orthogonalLoop=1;jettySize=auto;html=1;strokeColor=default;align=center;verticalAlign=middle;fontFamily=Helvetica;fontSize=12;fontColor=default;labelBackgroundColor=default;endArrow=ERzeroToMany;endFill=0;endSize=16;startArrow=ERmandOne;" target="-yM4g64mI3OTrlsV4DbR-37">
          <mxGeometry relative="1" as="geometry">
            <Array as="points">
              <mxPoint x="530" y="428" />
-               <mxPoint x="530" y="578" />
+               <mxPoint x="530" y="595" />
            </Array>
          </mxGeometry>
        </mxCell>
-         <mxCell id="-yM4g64mI3OTrlsV4DbR-184" edge="1" parent="1" source="-yM4g64mI3OTrlsV4DbR-82" style="edgeStyle=orthogonalEdgeStyle;fontSize=12;html=1;endArrow=ERzeroToMany;startArrow=ERmandOne;rounded=0;strokeColor=default;align=center;verticalAlign=middle;fontFamily=Helvetica;fontColor=default;labelBackgroundColor=default;endSize=16;exitX=0;exitY=0.5;exitDx=0;exitDy=0;" target="-yM4g64mI3OTrlsV4DbR-40" value="">
+         <mxCell id="-yM4g64mI3OTrlsV4DbR-184" edge="1" parent="1" source="-yM4g64mI3OTrlsV4DbR-82" style="edgeStyle=orthogonalEdgeStyle;fontSize=12;html=1;endArrow=ERzeroToMany;startArrow=ERmandOne;rounded=0;strokeColor=default;align=center;verticalAlign=middle;fontFamily=Helvetica;fontColor=default;labelBackgroundColor=default;endSize=16;exitX=0;exitY=0.5;exitDx=0;exitDy=0;" target="-yM4g64mI3OTrlsV4DbR-186" value="">
          <mxGeometry height="100" relative="1" width="100" as="geometry">
            <Array as="points">
              <mxPoint x="970" y="428" />
-               <mxPoint x="970" y="640" />
+               <mxPoint x="970" y="625" />
            </Array>
            <mxPoint x="1210" y="540" as="sourcePoint" />
-             <mxPoint x="1030" y="712" as="targetPoint" />
-           </mxGeometry>
-         </mxCell>
-         <mxCell id="-yM4g64mI3OTrlsV4DbR-214" edge="1" parent="1" source="tSVGk0uTwMlnZJo2oXfs-9" style="edgeStyle=orthogonalEdgeStyle;shape=connector;rounded=0;orthogonalLoop=1;jettySize=auto;html=1;strokeColor=default;align=center;verticalAlign=middle;fontFamily=Helvetica;fontSize=12;fontColor=default;labelBackgroundColor=default;endArrow=ERzeroToMany;endFill=0;endSize=16;startArrow=ERmandOne;" target="-yM4g64mI3OTrlsV4DbR-186">
-           <mxGeometry relative="1" as="geometry">
-             <Array as="points">
-               <mxPoint x="530" y="428" />
-               <mxPoint x="530" y="608" />
-             </Array>
-             <mxPoint x="480" y="510" as="sourcePoint" />
-             <mxPoint x="760" y="660" as="targetPoint" />
+             <mxPoint x="860" y="640.0000000000002" as="targetPoint" />
          </mxGeometry>
        </mxCell>
      </root>
    </mxGraphModel>
  </diagram>
</mxfile>
